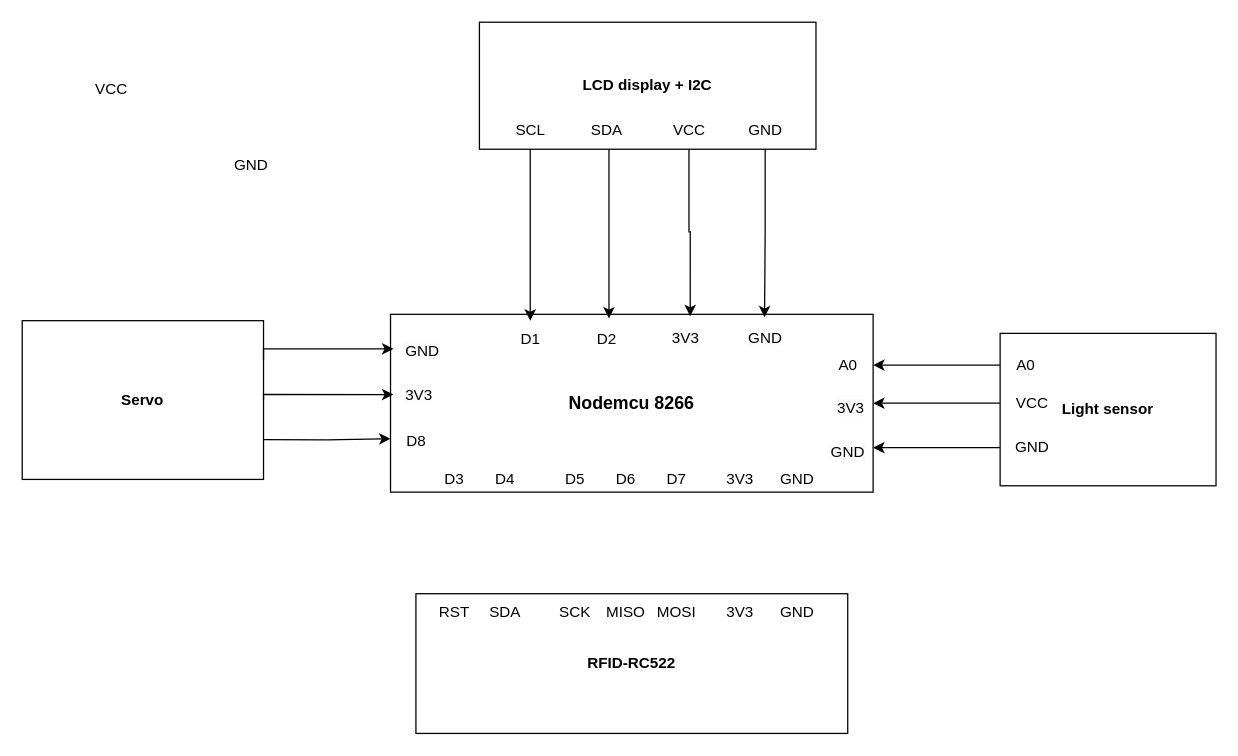
Before: Biểu đồ không có tiêu đề.drawio in Kevin906/ASS1, a draw.io diagram. Source tidied: cells renumbered, new cells numbered last; positions are measured from the earlier drawing's top-left corner, leaving out a move shared by most shapes. Both pictures are drawn from the tidied source at 127%, with x=0, y=0 at pixel (22, 22).
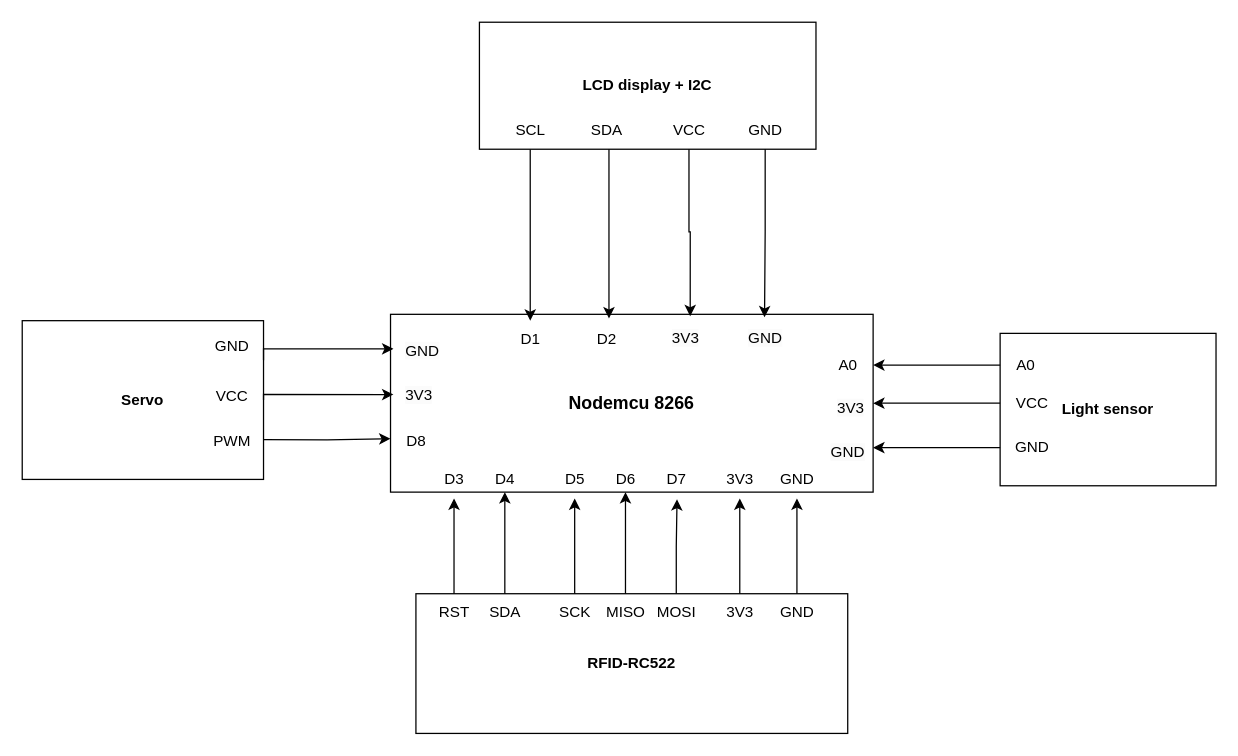
After the change.

Commit message:
Cập nhật Biểu đồ không có tiêu đề.drawio

The change refers to these unchanged cells:
```xml
<mxCell id="2" value="&lt;b&gt;&lt;font style=&quot;font-size: 14px;&quot;&gt;Nodemcu 8266&lt;/font&gt;&lt;/b&gt;" style="whiteSpace=wrap;html=1;" parent="1" vertex="1">
  <mxGeometry x="290" y="230" width="380" height="140" as="geometry" />
</mxCell>
<mxCell id="8" value="GND" style="text;html=1;align=center;verticalAlign=middle;points=[];strokeColor=none;fillColor=none;" parent="1" vertex="1">
  <mxGeometry x="585" y="345" width="50" height="30" as="geometry" />
</mxCell>
<mxCell id="12" value="3V3" style="text;html=1;align=center;verticalAlign=middle;points=[];strokeColor=none;fillColor=none;" parent="1" vertex="1">
  <mxGeometry x="545" y="345" width="40" height="30" as="geometry" />
</mxCell>
<mxCell id="20" value="D3" style="text;html=1;align=center;verticalAlign=middle;points=[];strokeColor=none;fillColor=none;" parent="1" vertex="1">
  <mxGeometry x="320" y="345" width="40" height="30" as="geometry" />
</mxCell>
<mxCell id="22" value="D5" style="text;html=1;align=center;verticalAlign=middle;points=[];strokeColor=none;fillColor=none;" parent="1" vertex="1">
  <mxGeometry x="415" y="345" width="40" height="30" as="geometry" />
</mxCell>
<mxCell id="24" value="D7" style="text;html=1;align=center;verticalAlign=middle;points=[];strokeColor=none;fillColor=none;" parent="1" vertex="1">
  <mxGeometry x="495" y="345" width="40" height="30" as="geometry" />
</mxCell>
<mxCell id="29" value="3V3" style="text;html=1;align=center;verticalAlign=middle;points=[];strokeColor=none;fillColor=none;" parent="1" vertex="1">
  <mxGeometry x="545" y="450" width="40" height="30" as="geometry" />
</mxCell>
<mxCell id="30" value="RST" style="text;html=1;align=center;verticalAlign=middle;points=[];strokeColor=none;fillColor=none;" parent="1" vertex="1">
  <mxGeometry x="315" y="450" width="50" height="30" as="geometry" />
</mxCell>
<mxCell id="31" value="GND" style="text;html=1;align=center;verticalAlign=middle;points=[];strokeColor=none;fillColor=none;" parent="1" vertex="1">
  <mxGeometry x="585" y="450" width="50" height="30" as="geometry" />
</mxCell>
<mxCell id="32" value="MISO" style="text;html=1;align=center;verticalAlign=middle;points=[];strokeColor=none;fillColor=none;" parent="1" vertex="1">
  <mxGeometry x="450" y="450" width="50" height="30" as="geometry" />
</mxCell>
<mxCell id="33" value="MOSI" style="text;html=1;align=center;verticalAlign=middle;points=[];strokeColor=none;fillColor=none;" parent="1" vertex="1">
  <mxGeometry x="490" y="450" width="50" height="30" as="geometry" />
</mxCell>
<mxCell id="34" value="SCK" style="text;html=1;align=center;verticalAlign=middle;points=[];strokeColor=none;fillColor=none;" parent="1" vertex="1">
  <mxGeometry x="410" y="450" width="50" height="30" as="geometry" />
</mxCell>
<mxCell id="35" value="SDA" style="text;html=1;align=center;verticalAlign=middle;points=[];strokeColor=none;fillColor=none;" parent="1" vertex="1">
  <mxGeometry x="355" y="450" width="50" height="30" as="geometry" />
</mxCell>
```

Change to the diagram source:
```diff
@@
+    <mxCell id="50" style="edgeStyle=orthogonalEdgeStyle;rounded=0;jettySize=auto;html=1;" parent="1" edge="1" source="29" target="12">
+      <mxGeometry relative="1" as="geometry" />
+    </mxCell>
@@
+    <mxCell id="51" style="edgeStyle=orthogonalEdgeStyle;rounded=0;jettySize=auto;html=1;" parent="1" edge="1" source="30" target="20">
+      <mxGeometry relative="1" as="geometry" />
+    </mxCell>
@@
+    <mxCell id="52" style="edgeStyle=orthogonalEdgeStyle;rounded=0;jettySize=auto;html=1;" parent="1" edge="1" source="31" target="8">
+      <mxGeometry relative="1" as="geometry" />
+    </mxCell>
@@
+    <mxCell id="53" style="edgeStyle=orthogonalEdgeStyle;rounded=0;jettySize=auto;html=1;" parent="1" edge="1" source="32" target="2">
+      <mxGeometry relative="1" as="geometry">
+        <Array as="points">
+          <mxPoint x="475" y="390" />
+          <mxPoint x="475" y="390" />
+        </Array>
+      </mxGeometry>
+    </mxCell>
@@
+    <mxCell id="54" style="edgeStyle=orthogonalEdgeStyle;rounded=0;jettySize=auto;html=1;" parent="1" edge="1" source="34" target="22">
+      <mxGeometry relative="1" as="geometry" />
+    </mxCell>
@@
     <mxCell id="48" value="GND" style="text;html=1;align=center;verticalAlign=middle;strokeColor=none;fillColor=none;" parent="1" vertex="1">
-      <mxGeometry x="155" y="98" width="50" height="30" as="geometry" />
+      <mxGeometry x="140" y="240" width="50" height="30" as="geometry" />
     </mxCell>
     <mxCell id="49" value="VCC" style="text;html=1;align=center;verticalAlign=middle;strokeColor=none;fillColor=none;" parent="1" vertex="1">
-      <mxGeometry x="45" y="38" width="50" height="30" as="geometry" />
+      <mxGeometry x="140" y="280" width="50" height="30" as="geometry" />
     </mxCell>
+    <mxCell id="55" style="edgeStyle=orthogonalEdgeStyle;rounded=0;jettySize=auto;html=1;" parent="1" edge="1" source="35">
+      <mxGeometry relative="1" as="geometry">
+        <mxPoint x="380" y="370" as="targetPoint" />
+      </mxGeometry>
+    </mxCell>
+    <mxCell id="56" style="edgeStyle=orthogonalEdgeStyle;rounded=0;jettySize=auto;html=1;entryX=0.515;entryY=1.02;entryDx=0;entryDy=0;entryPerimeter=0;" parent="1" edge="1" source="33" target="24">
+      <mxGeometry relative="1" as="geometry" />
+    </mxCell>
+    <mxCell id="57" value="PWM" style="text;html=1;align=center;verticalAlign=middle;strokeColor=none;fillColor=none;" parent="1" vertex="1">
+      <mxGeometry x="140" y="315" width="50" height="30" as="geometry" />
+    </mxCell>
```
